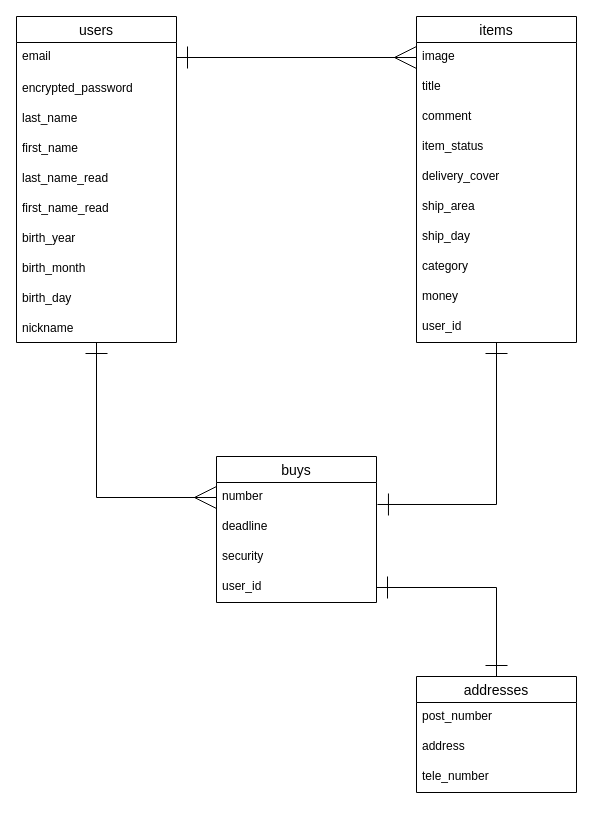
This is test.dio from Mikoto882/furima-34334, a draw.io file, before an edit. Source tidied: cells renumbered, new cells numbered last; positions are measured from the earlier drawing's top-left corner, leaving out a move shared by most shapes. Both pictures are drawn from the tidied source at 100%, with x=0, y=0 at pixel (16, 16).
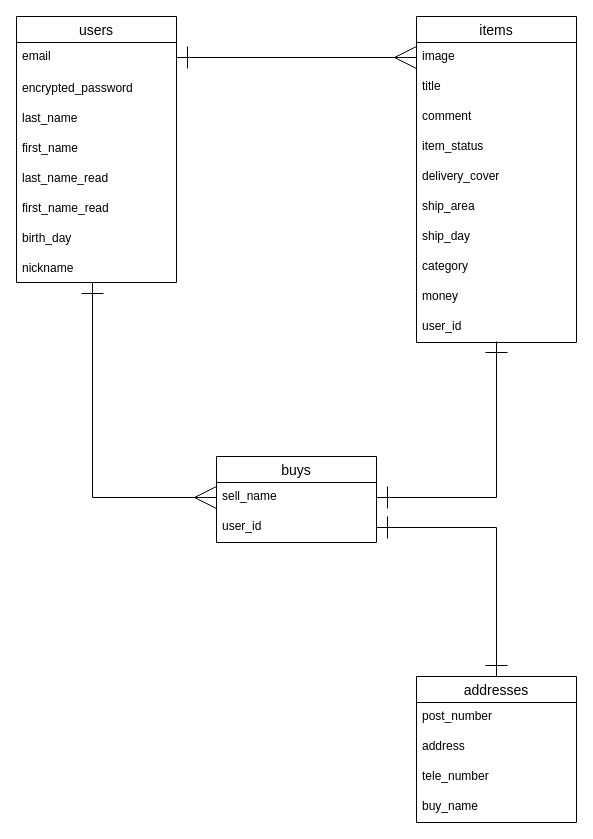
Above is the later version.

Commit message (it also covers changes not shown here):
DB設計修正後（3回目）

The change refers to these unchanged cells:
```xml
<mxCell id="15" value="items" style="swimlane;fontStyle=0;horizontal=1;startSize=26;align=center;fontSize=14;" parent="1" vertex="1">
  <mxGeometry x="400" width="160" height="326" as="geometry" />
</mxCell>
<mxCell id="25" value="user_id" style="text;strokeColor=none;fillColor=none;spacingLeft=4;spacingRight=4;overflow=hidden;points=[[0,0.5],[1,0.5]];portConstraint=eastwest;fontSize=12;" parent="15" vertex="1">
  <mxGeometry y="296" width="160" height="30" as="geometry" />
</mxCell>
```

Change to the diagram source:
```diff
@@
-    <mxCell id="2" style="edgeStyle=orthogonalEdgeStyle;rounded=0;jettySize=auto;html=1;startArrow=ERone;startFill=0;endArrow=ERmany;endFill=0;startSize=20;endSize=20;strokeWidth=1;entryX=0;entryY=0.5;entryDx=0;entryDy=0;" parent="1" edge="1" source="3" target="27">
+    <mxCell id="2" style="edgeStyle=orthogonalEdgeStyle;rounded=0;jettySize=auto;html=1;startArrow=ERone;startFill=0;endArrow=ERmany;endFill=0;startSize=20;endSize=20;strokeWidth=1;entryX=0;entryY=0.5;entryDx=0;entryDy=0;exitX=0.475;exitY=1;exitDx=0;exitDy=0;exitPerimeter=0;" parent="1" edge="1" source="13" target="30">
       <mxGeometry relative="1" as="geometry" />
     </mxCell>
     <mxCell id="3" value="users" style="swimlane;fontStyle=0;horizontal=1;startSize=26;align=center;fontSize=14;" parent="1" vertex="1">
-      <mxGeometry width="160" height="326" as="geometry" />
+      <mxGeometry width="160" height="266" as="geometry" />
     </mxCell>
@@
-    <mxCell id="10" value="birth_year" style="text;strokeColor=none;fillColor=none;spacingLeft=4;spacingRight=4;overflow=hidden;fontSize=12;verticalAlign=middle;" parent="3" vertex="1">
-      <mxGeometry y="206" width="160" height="30" as="geometry" />
-    </mxCell>
-    <mxCell id="11" value="birth_month" style="text;strokeColor=none;fillColor=none;spacingLeft=4;spacingRight=4;overflow=hidden;fontSize=12;verticalAlign=middle;" parent="3" vertex="1">
-      <mxGeometry y="236" width="160" height="30" as="geometry" />
-    </mxCell>
     <mxCell id="12" value="birth_day" style="text;strokeColor=none;fillColor=none;spacingLeft=4;spacingRight=4;overflow=hidden;fontSize=12;verticalAlign=middle;" parent="3" vertex="1">
-      <mxGeometry y="266" width="160" height="30" as="geometry" />
+      <mxGeometry y="206" width="160" height="30" as="geometry" />
     </mxCell>
     <mxCell id="13" value="nickname" style="text;strokeColor=none;fillColor=none;spacingLeft=4;spacingRight=4;overflow=hidden;points=[[0,0.5],[1,0.5]];portConstraint=eastwest;fontSize=12;verticalAlign=middle;" parent="3" vertex="1">
-      <mxGeometry y="296" width="160" height="30" as="geometry" />
+      <mxGeometry y="236" width="160" height="30" as="geometry" />
     </mxCell>
-    <mxCell id="14" style="edgeStyle=orthogonalEdgeStyle;rounded=0;jettySize=auto;html=1;entryX=1.006;entryY=0.733;entryDx=0;entryDy=0;startArrow=ERone;startFill=0;endArrow=ERone;endFill=0;startSize=20;endSize=20;strokeWidth=1;entryPerimeter=0;" parent="1" edge="1" source="15" target="27">
+    <mxCell id="14" style="edgeStyle=orthogonalEdgeStyle;rounded=0;jettySize=auto;html=1;startArrow=ERone;startFill=0;endArrow=ERone;endFill=0;startSize=20;endSize=20;strokeWidth=1;exitX=0.5;exitY=0.967;exitDx=0;exitDy=0;exitPerimeter=0;entryX=1;entryY=0.5;entryDx=0;entryDy=0;" parent="1" edge="1" source="25" target="30">
       <mxGeometry relative="1" as="geometry" />
     </mxCell>
@@
     <mxCell id="26" value="buys" style="swimlane;fontStyle=0;horizontal=1;startSize=26;align=center;fontSize=14;" parent="1" vertex="1">
-      <mxGeometry x="200" y="440" width="160" height="146" as="geometry" />
+      <mxGeometry x="200" y="440" width="160" height="86" as="geometry" />
     </mxCell>
-    <mxCell id="27" value="number" style="text;strokeColor=none;fillColor=none;spacingLeft=4;spacingRight=4;overflow=hidden;points=[[0,0.5],[1,0.5]];portConstraint=eastwest;fontSize=12;" parent="26" vertex="1">
-      <mxGeometry y="26" width="160" height="30" as="geometry" />
-    </mxCell>
-    <mxCell id="28" value="deadline" style="text;strokeColor=none;fillColor=none;spacingLeft=4;spacingRight=4;overflow=hidden;fontSize=12;" parent="26" vertex="1">
-      <mxGeometry y="56" width="160" height="30" as="geometry" />
-    </mxCell>
-    <mxCell id="29" value="security" style="text;strokeColor=none;fillColor=none;spacingLeft=4;spacingRight=4;overflow=hidden;fontSize=12;" parent="26" vertex="1">
-      <mxGeometry y="86" width="160" height="30" as="geometry" />
-    </mxCell>
-    <mxCell id="30" value="user_id" style="text;strokeColor=none;fillColor=none;spacingLeft=4;spacingRight=4;overflow=hidden;points=[[0,0.5],[1,0.5]];portConstraint=eastwest;fontSize=12;" parent="26" vertex="1">
-      <mxGeometry y="116" width="160" height="30" as="geometry" />
+    <mxCell id="30" value="sell_name" style="text;strokeColor=none;fillColor=none;spacingLeft=4;spacingRight=4;overflow=hidden;points=[[0,0.5],[1,0.5]];portConstraint=eastwest;fontSize=12;" parent="26" vertex="1">
+      <mxGeometry y="26" width="160" height="30" as="geometry" />
     </mxCell>
+    <mxCell id="37" value="user_id" style="text;strokeColor=none;fillColor=none;spacingLeft=4;spacingRight=4;overflow=hidden;points=[[0,0.5],[1,0.5]];portConstraint=eastwest;fontSize=12;" parent="26" vertex="1">
+      <mxGeometry y="56" width="160" height="30" as="geometry" />
+    </mxCell>
@@
     <mxCell id="32" value="addresses" style="swimlane;fontStyle=0;horizontal=1;startSize=26;align=center;fontSize=14;" parent="1" vertex="1">
-      <mxGeometry x="400" y="660" width="160" height="116" as="geometry" />
+      <mxGeometry x="400" y="660" width="160" height="146" as="geometry" />
     </mxCell>
@@
+    <mxCell id="38" value="buy_name" style="text;strokeColor=none;fillColor=none;spacingLeft=4;spacingRight=4;overflow=hidden;fontSize=12;" parent="32" vertex="1">
+      <mxGeometry y="116" width="160" height="30" as="geometry" />
+    </mxCell>
-    <mxCell id="36" style="edgeStyle=orthogonalEdgeStyle;rounded=0;jettySize=auto;html=1;exitX=1;exitY=0.5;exitDx=0;exitDy=0;endArrow=ERone;endFill=0;endSize=20;startArrow=ERone;startFill=0;startSize=20;" parent="1" edge="1" source="30" target="32">
+    <mxCell id="36" style="edgeStyle=orthogonalEdgeStyle;rounded=0;jettySize=auto;html=1;exitX=1;exitY=0.5;exitDx=0;exitDy=0;endArrow=ERone;endFill=0;endSize=20;startArrow=ERone;startFill=0;startSize=20;" parent="1" edge="1" source="37" target="32">
       <mxGeometry relative="1" as="geometry" />
     </mxCell>
```
